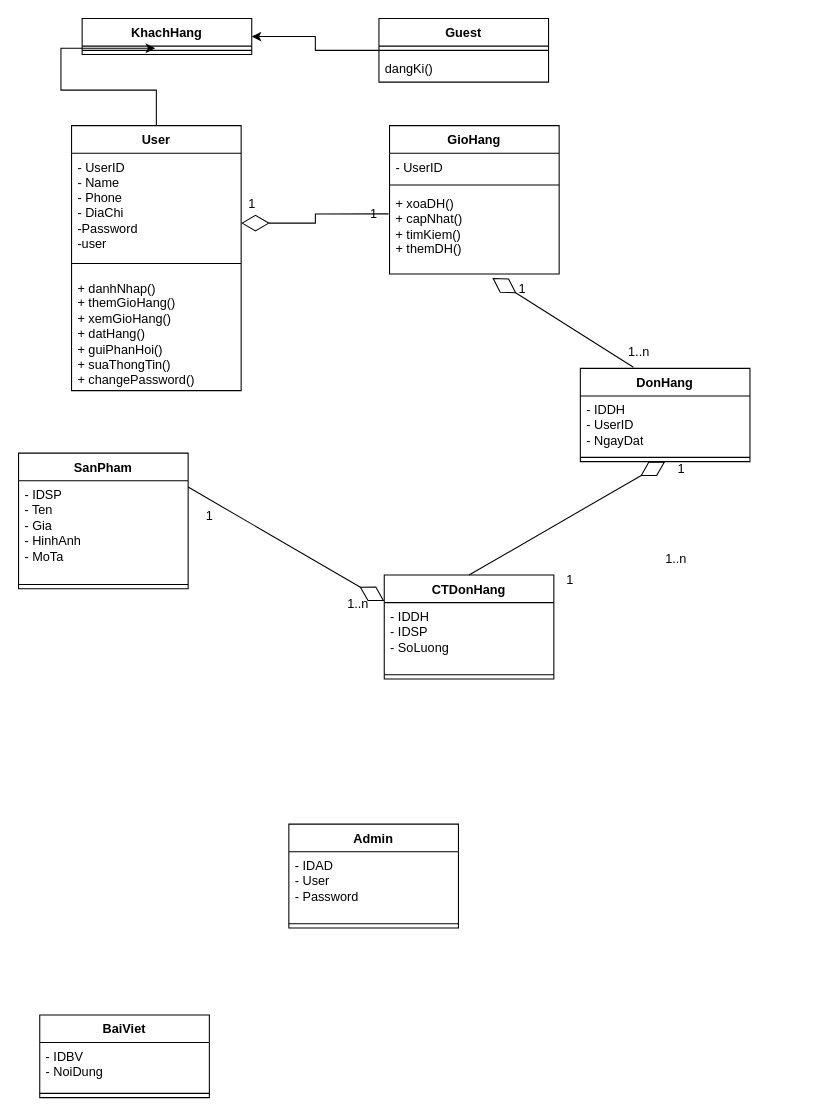
Above: lop du kien.drawio in leehoang21/uml (draw.io), before the change. Source tidied: cells renumbered, new cells numbered last; positions are measured from the earlier drawing's top-left corner, leaving out a move shared by most shapes. Both pictures are drawn from the tidied source at 106%, with x=0, y=0 at pixel (18, 18).
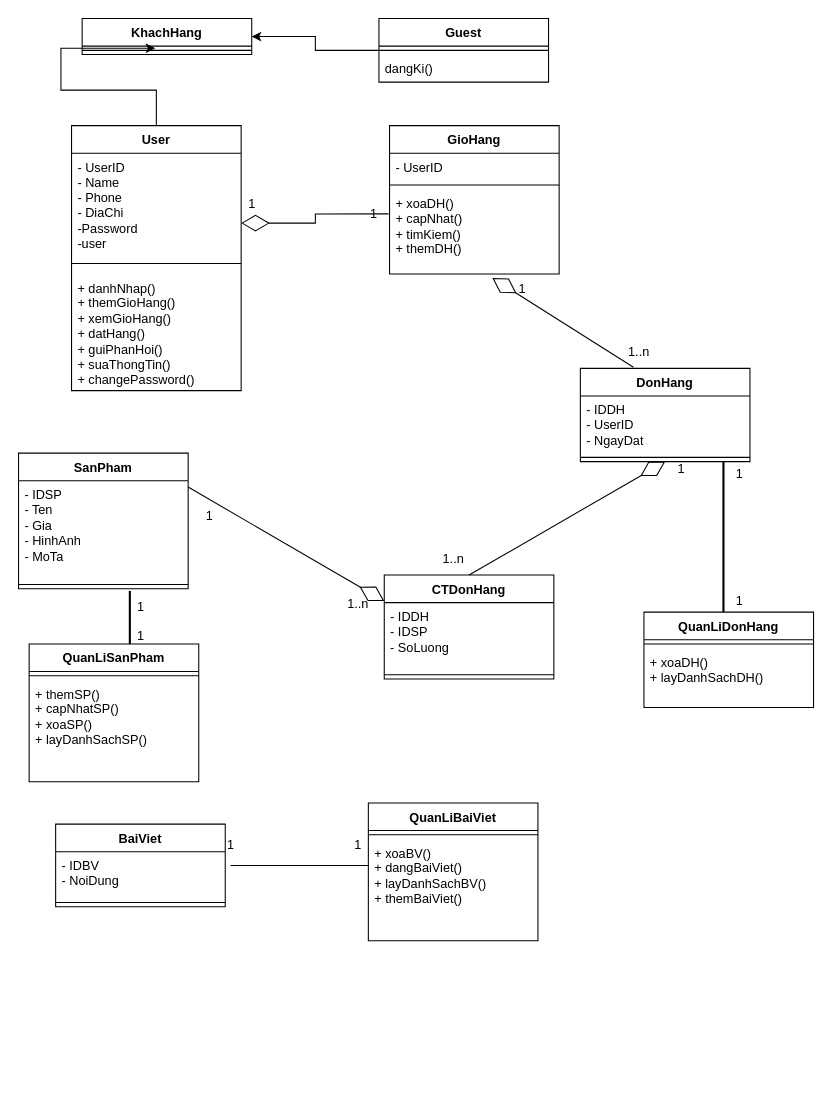
After the change.

Change to the diagram source:
```diff
@@
     <mxCell id="31" value="1..n" style="text;html=1;align=center;verticalAlign=middle;strokeColor=none;fillColor=none;" parent="1" vertex="1">
-      <mxGeometry x="600" y="495" width="40" height="30" as="geometry" />
+      <mxGeometry x="390" y="495" width="40" height="30" as="geometry" />
     </mxCell>
@@
-    <mxCell id="36" value="1" style="text;html=1;align=center;verticalAlign=middle;strokeColor=none;fillColor=none;" parent="1" vertex="1">
-      <mxGeometry x="505" y="515" width="30" height="30" as="geometry" />
-    </mxCell>
@@
-    <mxCell id="38" value="Admin" style="swimlane;fontStyle=1;align=center;verticalAlign=top;horizontal=1;startSize=26;whiteSpace=wrap;html=1;" parent="1" vertex="1">
-      <mxGeometry x="255" y="760" width="160" height="98" as="geometry" />
-    </mxCell>
-    <mxCell id="39" value="- IDAD&lt;br&gt;- User&lt;br&gt;- Password" style="text;strokeColor=none;fillColor=none;align=left;verticalAlign=top;spacingLeft=4;spacingRight=4;overflow=hidden;whiteSpace=wrap;html=1;" parent="38" vertex="1">
-      <mxGeometry y="26" width="160" height="64" as="geometry" />
-    </mxCell>
-    <mxCell id="40" style="line;strokeWidth=1;fillColor=none;align=left;verticalAlign=middle;spacingTop=-1;spacingLeft=3;spacingRight=3;labelPosition=right;strokeColor=inherit;" parent="38" vertex="1">
-      <mxGeometry y="90" width="160" height="8" as="geometry" />
-    </mxCell>
@@
     <mxCell id="42" value="BaiViet" style="swimlane;fontStyle=1;align=center;verticalAlign=top;horizontal=1;startSize=26;whiteSpace=wrap;html=1;" parent="1" vertex="1">
-      <mxGeometry x="20" y="940" width="160" height="78" as="geometry" />
+      <mxGeometry x="35" y="760" width="160" height="78" as="geometry" />
     </mxCell>
@@
+    <mxCell id="45" value="QuanLiBaiViet" style="swimlane;fontStyle=1;align=center;verticalAlign=top;horizontal=1;startSize=26;whiteSpace=wrap;html=1;" parent="1" vertex="1">
+      <mxGeometry x="330" y="740" width="160" height="130" as="geometry" />
+    </mxCell>
+    <mxCell id="46" style="line;strokeWidth=1;fillColor=none;align=left;verticalAlign=middle;spacingTop=-1;spacingLeft=3;spacingRight=3;labelPosition=right;strokeColor=inherit;" parent="45" vertex="1">
+      <mxGeometry y="26" width="160" height="8" as="geometry" />
+    </mxCell>
+    <mxCell id="47" value="+ xoaBV()&lt;br&gt;+ dangBaiViet()&lt;br&gt;+ layDanhSachBV()&lt;br&gt;+ themBaiViet()" style="text;strokeColor=none;fillColor=none;align=left;verticalAlign=top;spacingLeft=4;spacingRight=4;overflow=hidden;whiteSpace=wrap;html=1;" parent="45" vertex="1">
+      <mxGeometry y="34" width="160" height="96" as="geometry" />
+    </mxCell>
+    <mxCell id="48" style="line;strokeWidth=1;fillColor=none;align=left;verticalAlign=middle;spacingTop=-1;spacingLeft=3;spacingRight=3;labelPosition=right;strokeColor=inherit;" parent="1" vertex="1">
+      <mxGeometry x="200" y="795" width="130" height="8" as="geometry" />
+    </mxCell>
+    <mxCell id="49" value="1" style="text;html=1;align=center;verticalAlign=middle;strokeColor=none;fillColor=none;" parent="1" vertex="1">
+      <mxGeometry x="185" y="765" width="30" height="30" as="geometry" />
+    </mxCell>
+    <mxCell id="50" value="1" style="text;html=1;align=center;verticalAlign=middle;strokeColor=none;fillColor=none;" parent="1" vertex="1">
+      <mxGeometry x="305" y="765" width="30" height="30" as="geometry" />
+    </mxCell>
+    <mxCell id="51" value="QuanLiSanPham" style="swimlane;fontStyle=1;align=center;verticalAlign=top;horizontal=1;startSize=26;whiteSpace=wrap;html=1;" parent="1" vertex="1">
+      <mxGeometry x="10" y="590" width="160" height="130" as="geometry" />
+    </mxCell>
+    <mxCell id="52" style="line;strokeWidth=1;fillColor=none;align=left;verticalAlign=middle;spacingTop=-1;spacingLeft=3;spacingRight=3;labelPosition=right;strokeColor=inherit;" parent="51" vertex="1">
+      <mxGeometry y="26" width="160" height="8" as="geometry" />
+    </mxCell>
+    <mxCell id="53" value="+ themSP()&lt;br&gt;+ capNhatSP()&lt;br&gt;+ xoaSP()&lt;br&gt;+ layDanhSachSP()" style="text;strokeColor=none;fillColor=none;align=left;verticalAlign=top;spacingLeft=4;spacingRight=4;overflow=hidden;whiteSpace=wrap;html=1;" parent="51" vertex="1">
+      <mxGeometry y="34" width="160" height="96" as="geometry" />
+    </mxCell>
+    <mxCell id="54" style="line;strokeWidth=2;direction=south;html=1;" parent="1" vertex="1">
+      <mxGeometry x="100" y="540" width="10" height="50" as="geometry" />
+    </mxCell>
+    <mxCell id="55" value="1" style="text;html=1;align=center;verticalAlign=middle;strokeColor=none;fillColor=none;" parent="1" vertex="1">
+      <mxGeometry x="100" y="540" width="30" height="30" as="geometry" />
+    </mxCell>
+    <mxCell id="56" value="1" style="text;html=1;align=center;verticalAlign=middle;strokeColor=none;fillColor=none;" parent="1" vertex="1">
+      <mxGeometry x="100" y="568" width="30" height="30" as="geometry" />
+    </mxCell>
+    <mxCell id="57" value="QuanLiDonHang" style="swimlane;fontStyle=1;align=center;verticalAlign=top;horizontal=1;startSize=26;whiteSpace=wrap;html=1;" parent="1" vertex="1">
+      <mxGeometry x="590" y="560" width="160" height="90" as="geometry" />
+    </mxCell>
+    <mxCell id="58" style="line;strokeWidth=1;fillColor=none;align=left;verticalAlign=middle;spacingTop=-1;spacingLeft=3;spacingRight=3;labelPosition=right;strokeColor=inherit;" parent="57" vertex="1">
+      <mxGeometry y="26" width="160" height="8" as="geometry" />
+    </mxCell>
+    <mxCell id="59" value="+ xoaDH()&lt;br&gt;+ layDanhSachDH()" style="text;strokeColor=none;fillColor=none;align=left;verticalAlign=top;spacingLeft=4;spacingRight=4;overflow=hidden;whiteSpace=wrap;html=1;" parent="57" vertex="1">
+      <mxGeometry y="34" width="160" height="56" as="geometry" />
+    </mxCell>
+    <mxCell id="60" style="line;strokeWidth=2;direction=south;html=1;" parent="1" vertex="1">
+      <mxGeometry x="660" y="418" width="10" height="142" as="geometry" />
+    </mxCell>
+    <mxCell id="61" value="1" style="text;html=1;align=center;verticalAlign=middle;strokeColor=none;fillColor=none;" parent="1" vertex="1">
+      <mxGeometry x="665" y="415" width="30" height="30" as="geometry" />
+    </mxCell>
+    <mxCell id="62" value="1" style="text;html=1;align=center;verticalAlign=middle;strokeColor=none;fillColor=none;" parent="1" vertex="1">
+      <mxGeometry x="665" y="535" width="30" height="30" as="geometry" />
+    </mxCell>
```
